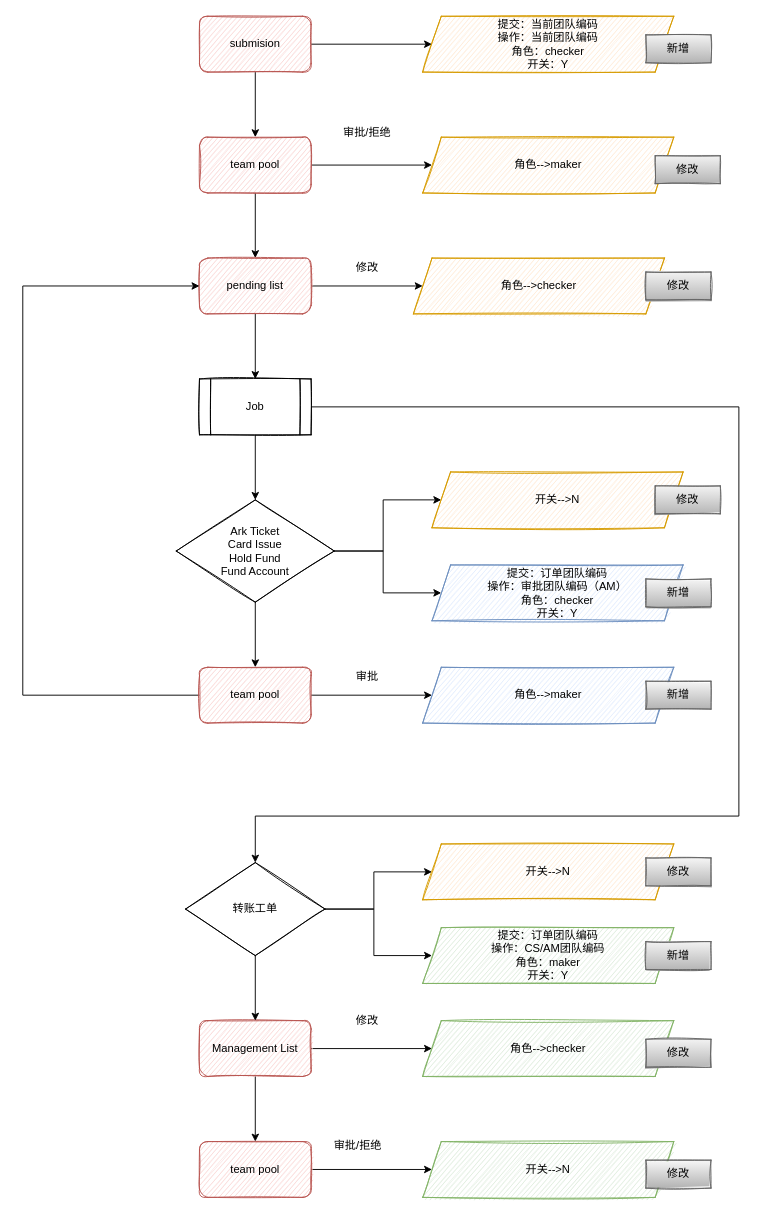
Above: page "第 3 页" (3 of 3) of am销户流程.drawio in QirongZhang/draw.io.repo (draw.io), before the change. Source tidied: cells renumbered, new cells numbered last; positions are measured from the earlier drawing's top-left corner, leaving out a move shared by most shapes. Both pictures are drawn from the tidied source at 93%, with x=0, y=0 at pixel (22, 16).
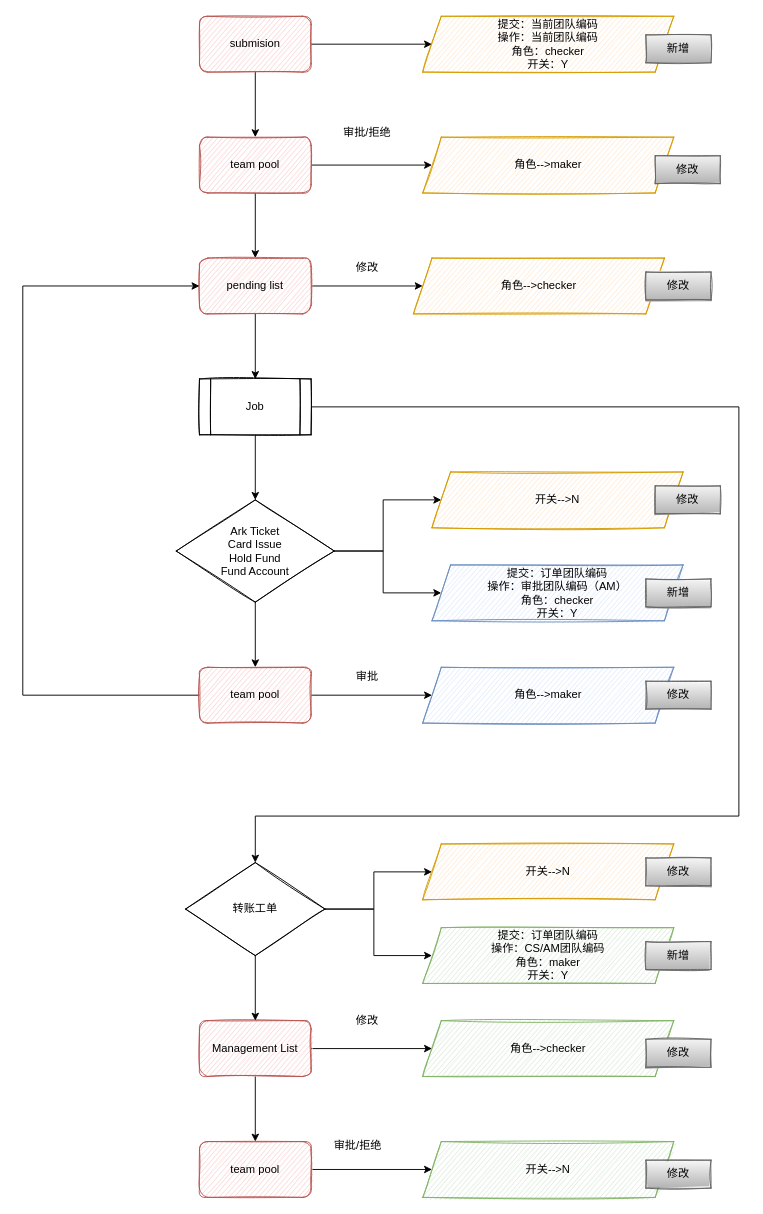
The same diagram, later.

Commit message:
更新am销户流程.drawio

What changed in the source:
```diff
@@
-    <mxCell id="42" value="新增" style="rounded=0;whiteSpace=wrap;html=1;sketch=1;fillColor=#f5f5f5;gradientColor=#b3b3b3;strokeColor=#666666;" parent="1" vertex="1">
+    <mxCell id="42" value="修改" style="rounded=0;whiteSpace=wrap;html=1;sketch=1;fillColor=#f5f5f5;gradientColor=#b3b3b3;strokeColor=#666666;" parent="1" vertex="1">
       <mxGeometry x="670" y="715" width="70" height="30" as="geometry" />
     </mxCell>
```
